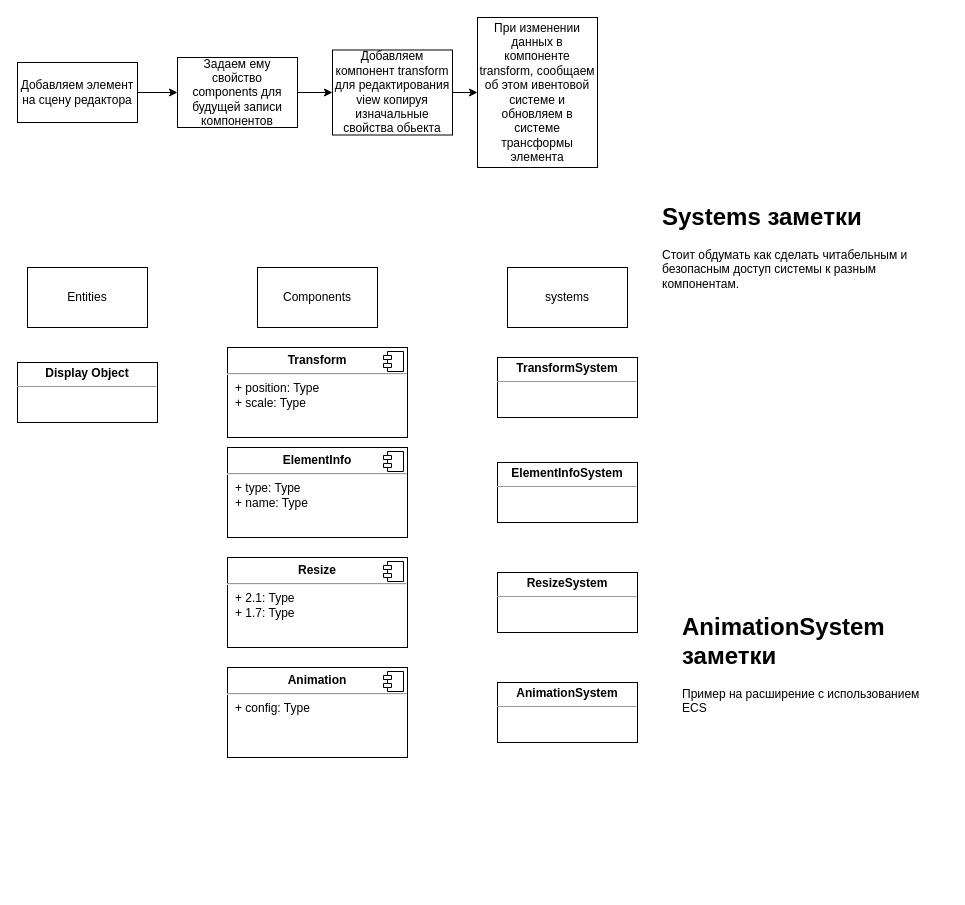
This is ECS.drawio from MatthewKarpenko/LayoutEditor-diagrams, a draw.io file, before an edit. Source tidied: cells renumbered, new cells numbered last; positions are measured from the earlier drawing's top-left corner, leaving out a move shared by most shapes. Both pictures are drawn from the tidied source at 100%, with x=0, y=0 at pixel (17, 17).
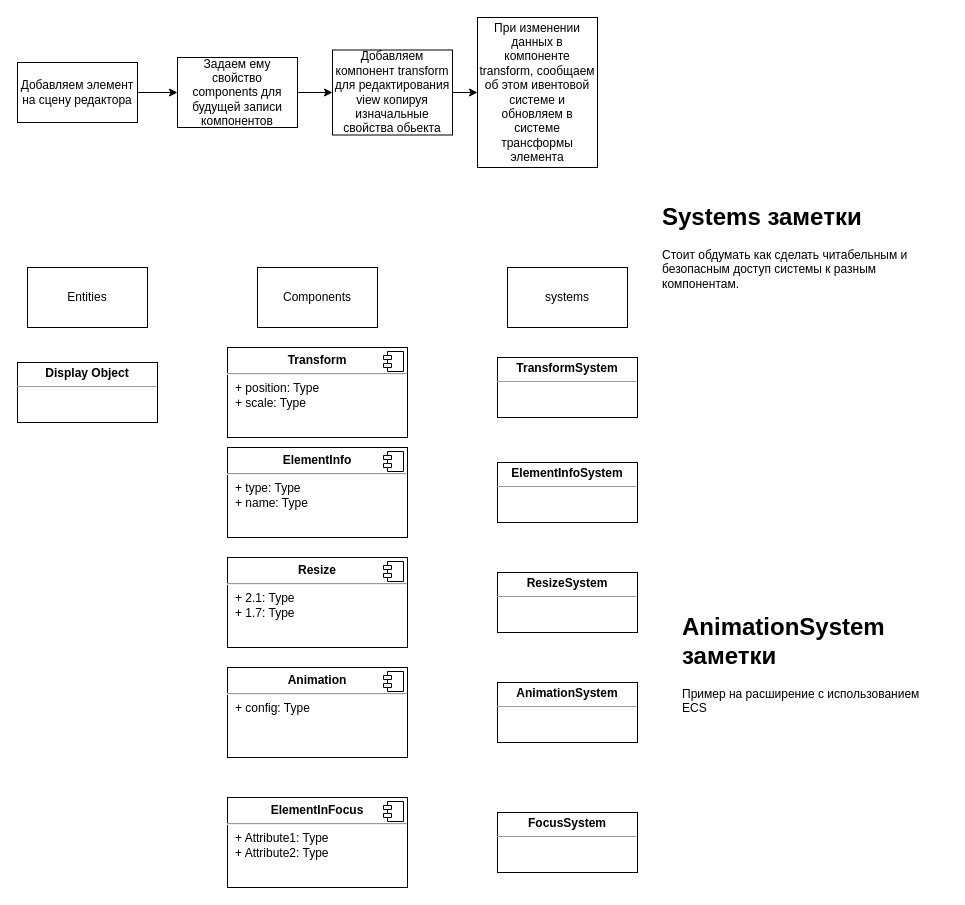
The same page after the edit.

Change to the diagram source:
```diff
@@
+    <mxCell id="27" value="&lt;p style=&quot;margin: 0px ; margin-top: 6px ; text-align: center&quot;&gt;&lt;b&gt;ElementInFocus&lt;/b&gt;&lt;/p&gt;&lt;hr&gt;&lt;p style=&quot;margin: 0px ; margin-left: 8px&quot;&gt;+ Attribute1: Type&lt;br&gt;+ Attribute2: Type&lt;/p&gt;" style="align=left;overflow=fill;html=1;" parent="1" vertex="1">
+      <mxGeometry x="210" y="780" width="180" height="90" as="geometry" />
+    </mxCell>
+    <mxCell id="28" style="shape=component;jettyWidth=8;jettyHeight=4;" parent="27" vertex="1">
+      <mxGeometry x="1" width="20" height="20" relative="1" as="geometry">
+        <mxPoint x="-24" y="4" as="offset" />
+      </mxGeometry>
+    </mxCell>
+    <mxCell id="29" value="&lt;p style=&quot;margin: 0px ; margin-top: 4px ; text-align: center&quot;&gt;&lt;b&gt;FocusSystem&lt;/b&gt;&lt;/p&gt;&lt;hr size=&quot;1&quot;&gt;&lt;div style=&quot;height: 2px&quot;&gt;&lt;/div&gt;" style="verticalAlign=top;align=left;overflow=fill;fontSize=12;fontFamily=Helvetica;html=1;" parent="1" vertex="1">
+      <mxGeometry x="480" y="795" width="140" height="60" as="geometry" />
+    </mxCell>
```
